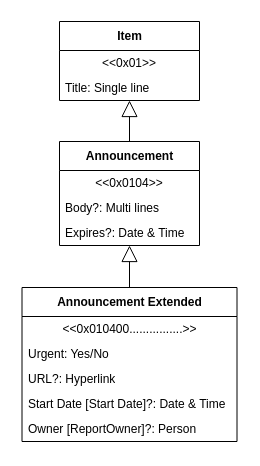
mauriora/Announcements-Bar-Spfx keeps this draw.io diagram as docs/Content-Type.drawio. Above is the earlier version. Source tidied: cells renumbered, new cells numbered last; positions are measured from the earlier drawing's top-left corner, leaving out a move shared by most shapes. Both pictures are drawn from the tidied source at 100%, with x=0, y=0 at pixel (21, 21).
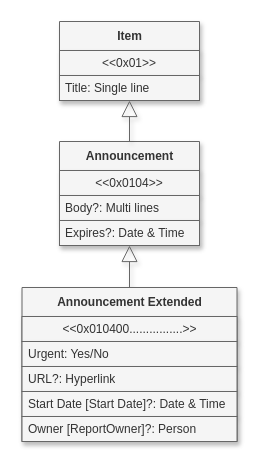
Above is the later version.

Commit message (it also covers changes not shown here):
fix: white background for dark mode readability

What changed in the source:
```diff
@@
 <mxGraphModel>
   <root>
     <mxCell id="0" />
     <mxCell id="1" parent="0" />
-    <mxCell id="2" value="Announcement" style="swimlane;fontStyle=1;align=center;verticalAlign=middle;horizontal=1;startSize=29;html=1;" parent="1" vertex="1">
+    <mxCell id="2" value="Announcement" style="swimlane;fontStyle=1;align=center;verticalAlign=middle;horizontal=1;startSize=29;html=1;shadow=1;fillColor=#f5f5f5;fontColor=#333333;strokeColor=#666666;" parent="1" vertex="1">
       <mxGeometry x="38" y="120" width="140" height="104" as="geometry" />
     </mxCell>
-    <mxCell id="3" value="&amp;lt;&amp;lt;0x0104&amp;gt;&amp;gt;" style="text;html=1;strokeColor=none;fillColor=none;align=center;verticalAlign=middle;spacingLeft=4;spacingRight=4;overflow=hidden;" parent="2" vertex="1">
+    <mxCell id="3" value="&amp;lt;&amp;lt;0x0104&amp;gt;&amp;gt;" style="text;html=1;strokeColor=#666666;fillColor=#f5f5f5;align=center;verticalAlign=middle;spacingLeft=4;spacingRight=4;overflow=hidden;shadow=1;fontColor=#333333;" parent="2" vertex="1">
       <mxGeometry y="29" width="140" height="25" as="geometry" />
     </mxCell>
-    <mxCell id="4" value="Body?:&amp;nbsp;Multi lines" style="text;html=1;strokeColor=none;fillColor=none;align=left;verticalAlign=middle;spacingLeft=4;spacingRight=4;overflow=hidden;" parent="2" vertex="1">
+    <mxCell id="4" value="Body?:&amp;nbsp;Multi lines" style="text;html=1;strokeColor=#666666;fillColor=#f5f5f5;align=left;verticalAlign=middle;spacingLeft=4;spacingRight=4;overflow=hidden;shadow=1;fontColor=#333333;" parent="2" vertex="1">
       <mxGeometry y="54" width="140" height="25" as="geometry" />
     </mxCell>
-    <mxCell id="5" value="Expires?:&amp;nbsp;Date &amp;amp; Time" style="text;html=1;strokeColor=none;fillColor=none;align=left;verticalAlign=middle;spacingLeft=4;spacingRight=4;overflow=hidden;" parent="2" vertex="1">
+    <mxCell id="5" value="Expires?:&amp;nbsp;Date &amp;amp; Time" style="text;html=1;strokeColor=#666666;fillColor=#f5f5f5;align=left;verticalAlign=middle;spacingLeft=4;spacingRight=4;overflow=hidden;shadow=1;fontColor=#333333;" parent="2" vertex="1">
       <mxGeometry y="79" width="140" height="25" as="geometry" />
     </mxCell>
-    <mxCell id="6" style="edgeStyle=orthogonalEdgeStyle;rounded=0;jettySize=auto;html=1;endArrow=block;endFill=0;endSize=14;" parent="1" edge="1" source="7" target="2">
+    <mxCell id="6" style="edgeStyle=orthogonalEdgeStyle;rounded=0;jettySize=auto;html=1;endArrow=block;endFill=0;endSize=14;shadow=1;fillColor=#f5f5f5;strokeColor=#666666;" parent="1" edge="1" source="7" target="2">
       <mxGeometry relative="1" as="geometry" />
     </mxCell>
-    <mxCell id="7" value="Announcement Extended" style="swimlane;fontStyle=1;align=center;verticalAlign=middle;horizontal=1;startSize=29;html=1;" parent="1" vertex="1">
+    <mxCell id="7" value="Announcement Extended" style="swimlane;fontStyle=1;align=center;verticalAlign=middle;horizontal=1;startSize=29;html=1;shadow=1;fillColor=#f5f5f5;fontColor=#333333;strokeColor=#666666;" parent="1" vertex="1">
       <mxGeometry x="0.5" y="266" width="215" height="154" as="geometry" />
     </mxCell>
-    <mxCell id="8" value="&amp;lt;&amp;lt;0x010400................&amp;gt;&amp;gt;" style="text;html=1;strokeColor=none;fillColor=none;align=center;verticalAlign=middle;spacingLeft=4;spacingRight=4;overflow=hidden;" parent="7" vertex="1">
+    <mxCell id="8" value="&amp;lt;&amp;lt;0x010400................&amp;gt;&amp;gt;" style="text;html=1;strokeColor=#666666;fillColor=#f5f5f5;align=center;verticalAlign=middle;spacingLeft=4;spacingRight=4;overflow=hidden;shadow=1;fontColor=#333333;" parent="7" vertex="1">
       <mxGeometry y="29" width="215" height="25" as="geometry" />
     </mxCell>
-    <mxCell id="9" value="Urgent: Yes/No" style="text;html=1;strokeColor=none;fillColor=none;align=left;verticalAlign=middle;spacingLeft=4;spacingRight=4;overflow=hidden;" parent="7" vertex="1">
+    <mxCell id="9" value="Urgent: Yes/No" style="text;html=1;strokeColor=#666666;fillColor=#f5f5f5;align=left;verticalAlign=middle;spacingLeft=4;spacingRight=4;overflow=hidden;shadow=1;fontColor=#333333;" parent="7" vertex="1">
       <mxGeometry y="54" width="215" height="25" as="geometry" />
     </mxCell>
-    <mxCell id="10" value="URL?: Hyperlink" style="text;html=1;strokeColor=none;fillColor=none;align=left;verticalAlign=middle;spacingLeft=4;spacingRight=4;overflow=hidden;" parent="7" vertex="1">
+    <mxCell id="10" value="URL?: Hyperlink" style="text;html=1;strokeColor=#666666;fillColor=#f5f5f5;align=left;verticalAlign=middle;spacingLeft=4;spacingRight=4;overflow=hidden;shadow=1;fontColor=#333333;" parent="7" vertex="1">
       <mxGeometry y="79" width="215" height="25" as="geometry" />
     </mxCell>
-    <mxCell id="11" value="Start Date [Start Date]?:&amp;nbsp;Date &amp;amp; Time" style="text;html=1;strokeColor=none;fillColor=none;align=left;verticalAlign=middle;spacingLeft=4;spacingRight=4;overflow=hidden;" parent="7" vertex="1">
+    <mxCell id="11" value="Start Date [Start Date]?:&amp;nbsp;Date &amp;amp; Time" style="text;html=1;strokeColor=#666666;fillColor=#f5f5f5;align=left;verticalAlign=middle;spacingLeft=4;spacingRight=4;overflow=hidden;shadow=1;fontColor=#333333;" parent="7" vertex="1">
       <mxGeometry y="104" width="215" height="25" as="geometry" />
     </mxCell>
-    <mxCell id="12" value="Owner [ReportOwner]?:&amp;nbsp;Person" style="text;html=1;strokeColor=none;fillColor=none;align=left;verticalAlign=middle;spacingLeft=4;spacingRight=4;overflow=hidden;" parent="7" vertex="1">
+    <mxCell id="12" value="Owner [ReportOwner]?:&amp;nbsp;Person" style="text;html=1;strokeColor=#666666;fillColor=#f5f5f5;align=left;verticalAlign=middle;spacingLeft=4;spacingRight=4;overflow=hidden;shadow=1;fontColor=#333333;" parent="7" vertex="1">
       <mxGeometry y="129" width="215" height="25" as="geometry" />
     </mxCell>
-    <mxCell id="13" value="Item" style="swimlane;fontStyle=1;align=center;verticalAlign=middle;horizontal=1;startSize=29;html=1;" parent="1" vertex="1">
+    <mxCell id="13" value="Item" style="swimlane;fontStyle=1;align=center;verticalAlign=middle;horizontal=1;startSize=29;html=1;shadow=1;fillColor=#f5f5f5;fontColor=#333333;strokeColor=#666666;" parent="1" vertex="1">
       <mxGeometry x="38" width="140" height="79" as="geometry" />
     </mxCell>
-    <mxCell id="14" value="&amp;lt;&amp;lt;0x01&amp;gt;&amp;gt;" style="text;html=1;strokeColor=none;fillColor=none;align=center;verticalAlign=middle;spacingLeft=4;spacingRight=4;overflow=hidden;" parent="13" vertex="1">
+    <mxCell id="14" value="&amp;lt;&amp;lt;0x01&amp;gt;&amp;gt;" style="text;html=1;strokeColor=#666666;fillColor=#f5f5f5;align=center;verticalAlign=middle;spacingLeft=4;spacingRight=4;overflow=hidden;shadow=1;fontColor=#333333;" parent="13" vertex="1">
       <mxGeometry y="29" width="140" height="25" as="geometry" />
     </mxCell>
-    <mxCell id="15" value="Title:&amp;nbsp;Single line" style="text;html=1;strokeColor=none;fillColor=none;align=left;verticalAlign=middle;spacingLeft=4;spacingRight=4;overflow=hidden;" parent="13" vertex="1">
+    <mxCell id="15" value="Title:&amp;nbsp;Single line" style="text;html=1;strokeColor=#666666;fillColor=#f5f5f5;align=left;verticalAlign=middle;spacingLeft=4;spacingRight=4;overflow=hidden;shadow=1;fontColor=#333333;" parent="13" vertex="1">
       <mxGeometry y="54" width="140" height="25" as="geometry" />
     </mxCell>
-    <mxCell id="16" style="edgeStyle=orthogonalEdgeStyle;rounded=0;jettySize=auto;html=1;endArrow=block;endFill=0;endSize=14;" parent="1" edge="1" source="2" target="13">
+    <mxCell id="16" style="edgeStyle=orthogonalEdgeStyle;rounded=0;jettySize=auto;html=1;endArrow=block;endFill=0;endSize=14;shadow=1;fillColor=#f5f5f5;strokeColor=#666666;" parent="1" edge="1" source="2" target="13">
       <mxGeometry relative="1" as="geometry" />
     </mxCell>
   </root>
 </mxGraphModel>
```
